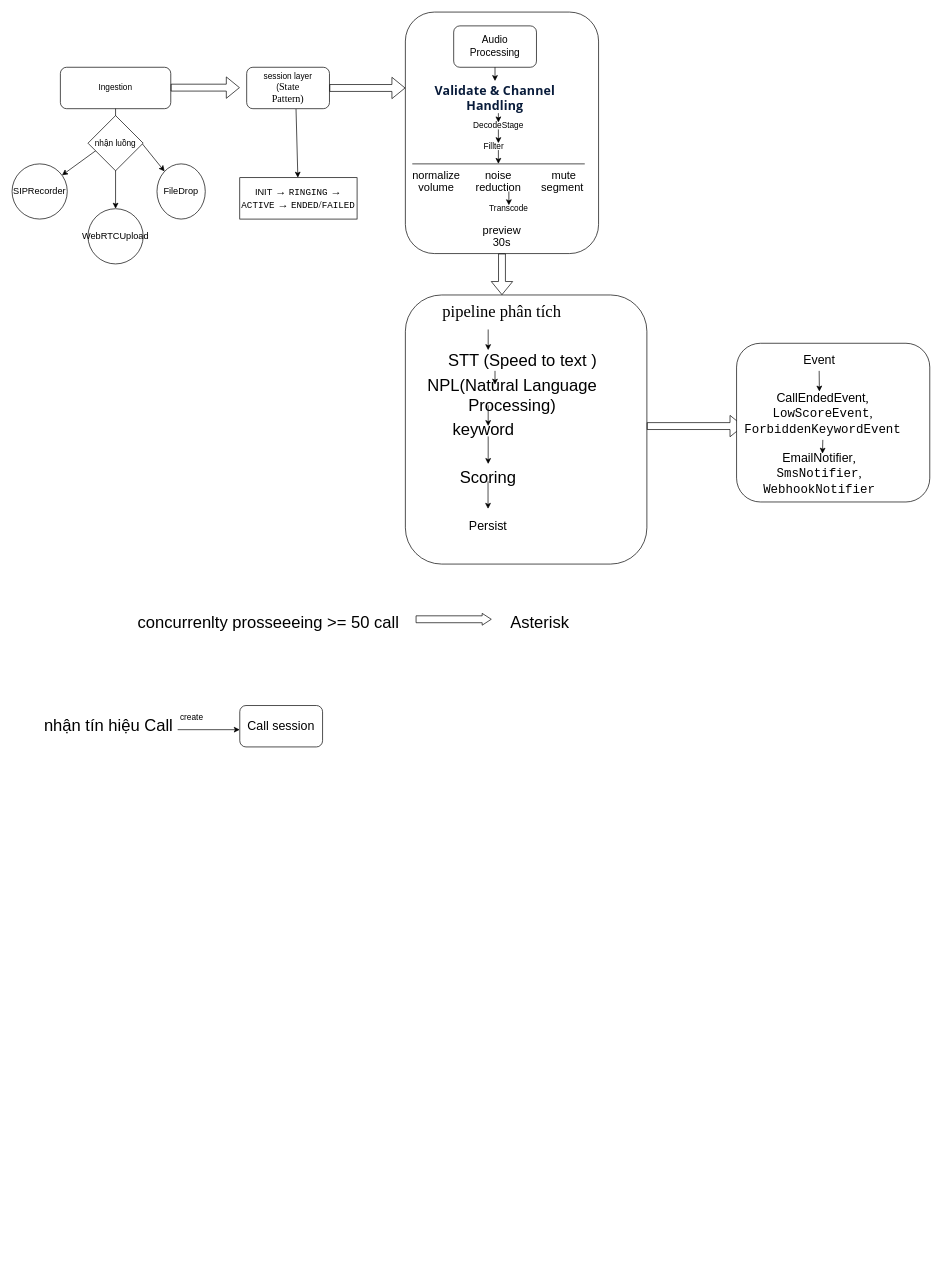
Above: Biểu đồ không có tiêu đề.drawio in vuongnd03/black-had (draw.io), before the change. Source tidied: cells renumbered, new cells numbered last; positions are measured from the earlier drawing's top-left corner, leaving out a move shared by most shapes. Both pictures are drawn from the tidied source at 69%, with x=0, y=0 at pixel (12, 12).
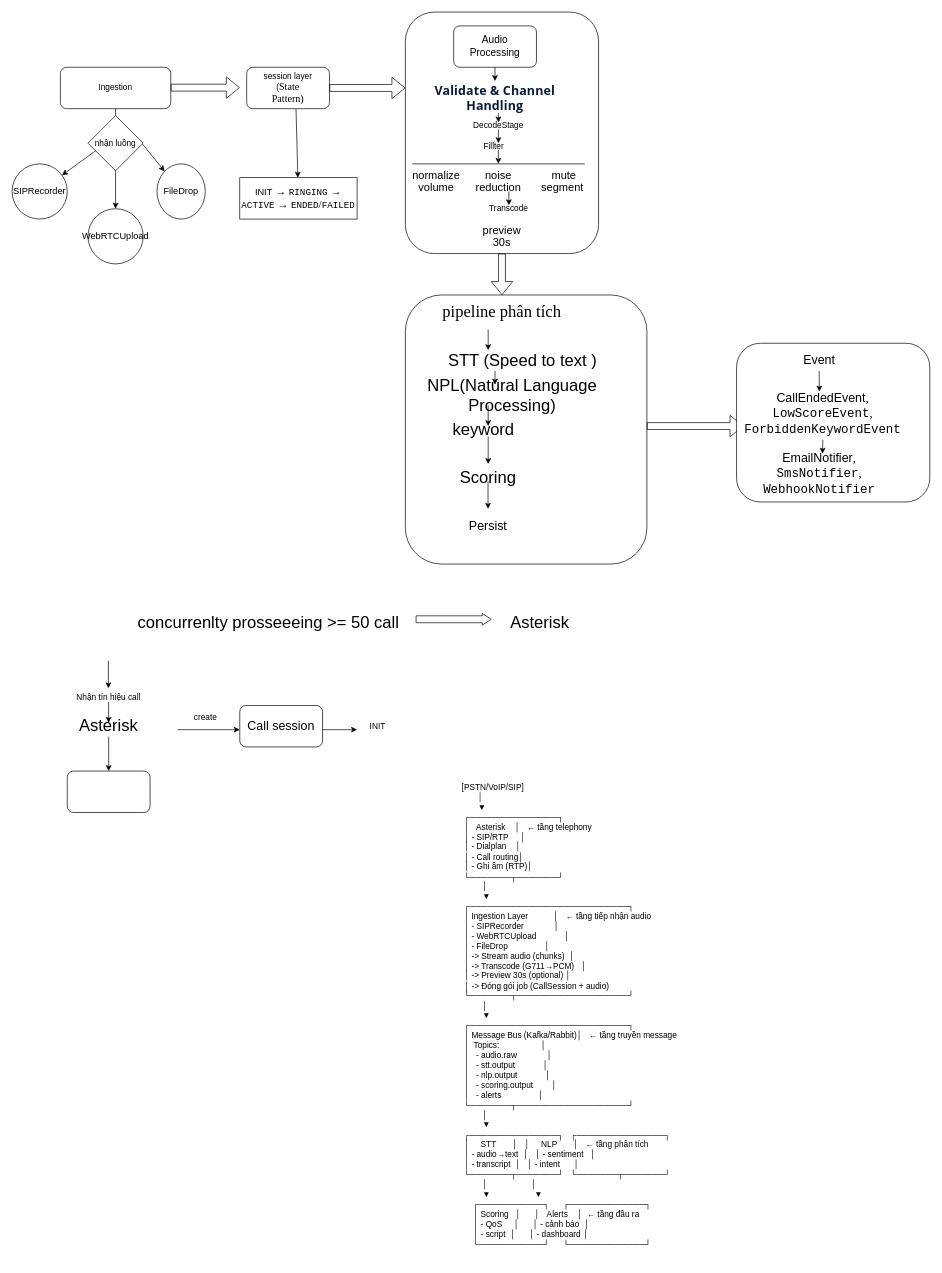
After the change.

Commit message:
Cập nhật Biểu đồ không có tiêu đề.drawio

The edit, as a diff of the source:
```diff
@@
-    <mxCell id="54" value="&lt;span style=&quot;font-size: 24px;&quot;&gt;nhận tín hiệu Call&lt;/span&gt;" style="text;html=1;align=center;verticalAlign=middle;whiteSpace=wrap;rounded=0;" parent="1" vertex="1">
+    <mxCell id="54" value="&lt;span style=&quot;font-size: 24px;&quot;&gt;Asterisk&lt;/span&gt;" style="text;html=1;align=center;verticalAlign=middle;whiteSpace=wrap;rounded=0;" parent="1" vertex="1">
       <mxGeometry x="40" y="1020" width="200" height="30" as="geometry" />
     </mxCell>
@@
     <mxCell id="57" value="create" style="text;html=1;align=center;verticalAlign=middle;strokeColor=none;fillColor=none;" parent="1" vertex="1">
-      <mxGeometry x="230" y="1008" width="60" height="30" as="geometry" />
+      <mxGeometry x="250" y="1008" width="60" height="30" as="geometry" />
     </mxCell>
+    <mxCell id="58" style="rounded=1;whiteSpace=wrap;html=1;" parent="1" vertex="1">
+      <mxGeometry x="80" y="1100" width="120" height="60" as="geometry" />
+    </mxCell>
+    <mxCell id="59" style="endArrow=classic;html=1;rounded=0;entryX=0.5;entryY=0;entryDx=0;entryDy=0;" parent="1" edge="1" target="58">
+      <mxGeometry relative="1" as="geometry">
+        <mxPoint x="140" y="1050" as="sourcePoint" />
+      </mxGeometry>
+    </mxCell>
+    <mxCell id="60" style="endArrow=classic;html=1;rounded=0;" parent="1" edge="1">
+      <mxGeometry relative="1" as="geometry">
+        <mxPoint x="139.6" y="940" as="sourcePoint" />
+        <mxPoint x="139.6" y="980" as="targetPoint" />
+      </mxGeometry>
+    </mxCell>
+    <mxCell id="61" value="Nhận tín hiệu call" style="text;html=1;align=center;verticalAlign=middle;whiteSpace=wrap;rounded=0;" parent="1" vertex="1">
+      <mxGeometry x="90" y="978" width="100" height="30" as="geometry" />
+    </mxCell>
+    <mxCell id="62" style="endArrow=classic;html=1;rounded=0;" parent="1" edge="1">
+      <mxGeometry relative="1" as="geometry">
+        <mxPoint x="139.9" y="1000" as="sourcePoint" />
+        <mxPoint x="139.9" y="1030" as="targetPoint" />
+      </mxGeometry>
+    </mxCell>
+    <mxCell id="63" style="endArrow=classic;html=1;rounded=0;" parent="1" edge="1">
+      <mxGeometry relative="1" as="geometry">
+        <mxPoint x="450" y="1040" as="sourcePoint" />
+        <mxPoint x="500" y="1040" as="targetPoint" />
+      </mxGeometry>
+    </mxCell>
+    <mxCell id="64" value="INIT" style="text;html=1;align=center;verticalAlign=middle;whiteSpace=wrap;rounded=0;" parent="1" vertex="1">
+      <mxGeometry x="500" y="1020" width="60" height="30" as="geometry" />
+    </mxCell>
+    <mxCell id="65" value="[PSTN/VoIP/SIP] &#10;       │&#10;       ▼&#10; ┌───────────────┐&#10; │   Asterisk    │   ← tầng telephony&#10; │ - SIP/RTP     │&#10; │ - Dialplan    │&#10; │ - Call routing│&#10; │ - Ghi âm (RTP)│&#10; └───────┬───────┘&#10;         │&#10;         ▼&#10; ┌───────────────────────────┐&#10; │ Ingestion Layer           │   ← tầng tiếp nhận audio&#10; │ - SIPRecorder             │&#10; │ - WebRTCUpload            │&#10; │ - FileDrop                │&#10; │ -&gt; Stream audio (chunks)  │&#10; │ -&gt; Transcode (G711→PCM)   │&#10; │ -&gt; Preview 30s (optional) │&#10; │ -&gt; Đóng gói job (CallSession + audio) &#10; └───────┬───────────────────┘&#10;         │&#10;         ▼&#10; ┌───────────────────────────┐&#10; │ Message Bus (Kafka/Rabbit)│   ← tầng truyền message&#10; │  Topics:                  │&#10; │   - audio.raw             │&#10; │   - stt.output            │&#10; │   - nlp.output            │&#10; │   - scoring.output        │&#10; │   - alerts                │&#10; └───────┬───────────────────┘&#10;         │&#10;         ▼&#10; ┌───────────────┐   ┌───────────────┐&#10; │     STT       │   │     NLP       │   ← tầng phân tích&#10; │ - audio→text  │   │ - sentiment   │&#10; │ - transcript  │   │ - intent      │&#10; └───────┬───────┘   └───────┬───────┘&#10;         │                   │&#10;         ▼                   ▼&#10;     ┌───────────┐      ┌─────────────┐&#10;     │ Scoring   │      │   Alerts    │  ← tầng đầu ra&#10;     │ - QoS     │      │ - cảnh báo  │&#10;     │ - script  │      │ - dashboard │&#10;     └───────────┘      └─────────────┘" style="text;whiteSpace=wrap;" parent="1" vertex="1">
+      <mxGeometry x="650" y="1110" width="350" height="700" as="geometry" />
+    </mxCell>
```
